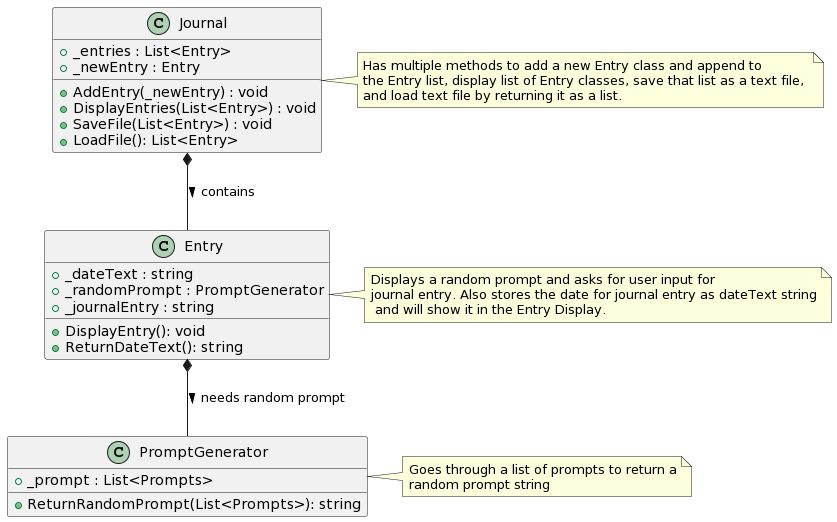
Earlier version of the PlantUML export prove/Develop02/diagram.png (grdavie/CSE-210-HW).
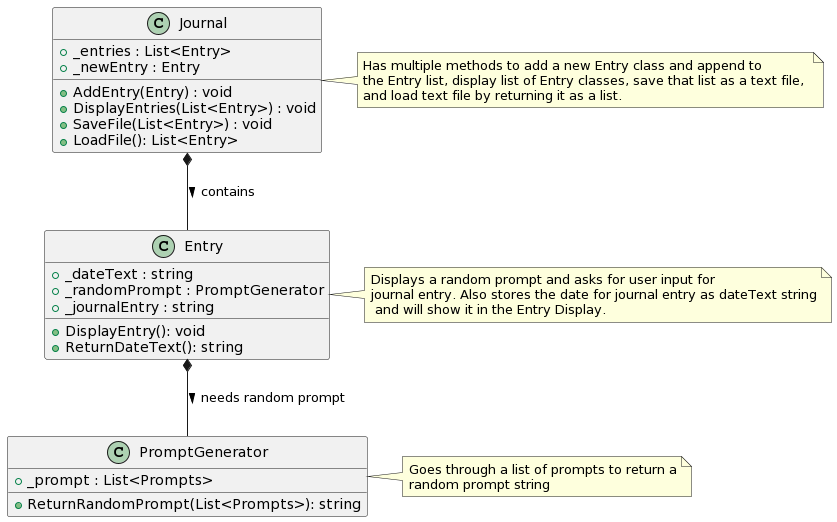
Later version of the same file.

What changed in the source:
```diff
@@ -26,7 +26,7 @@
 
 +_entries : List<Entry>
 +_newEntry : Entry
-+AddEntry(_newEntry) : void
++AddEntry(Entry) : void
 +DisplayEntries(List<Entry>) : void
 +SaveFile(List<Entry>) : void
 +LoadFile(): List<Entry>
```
